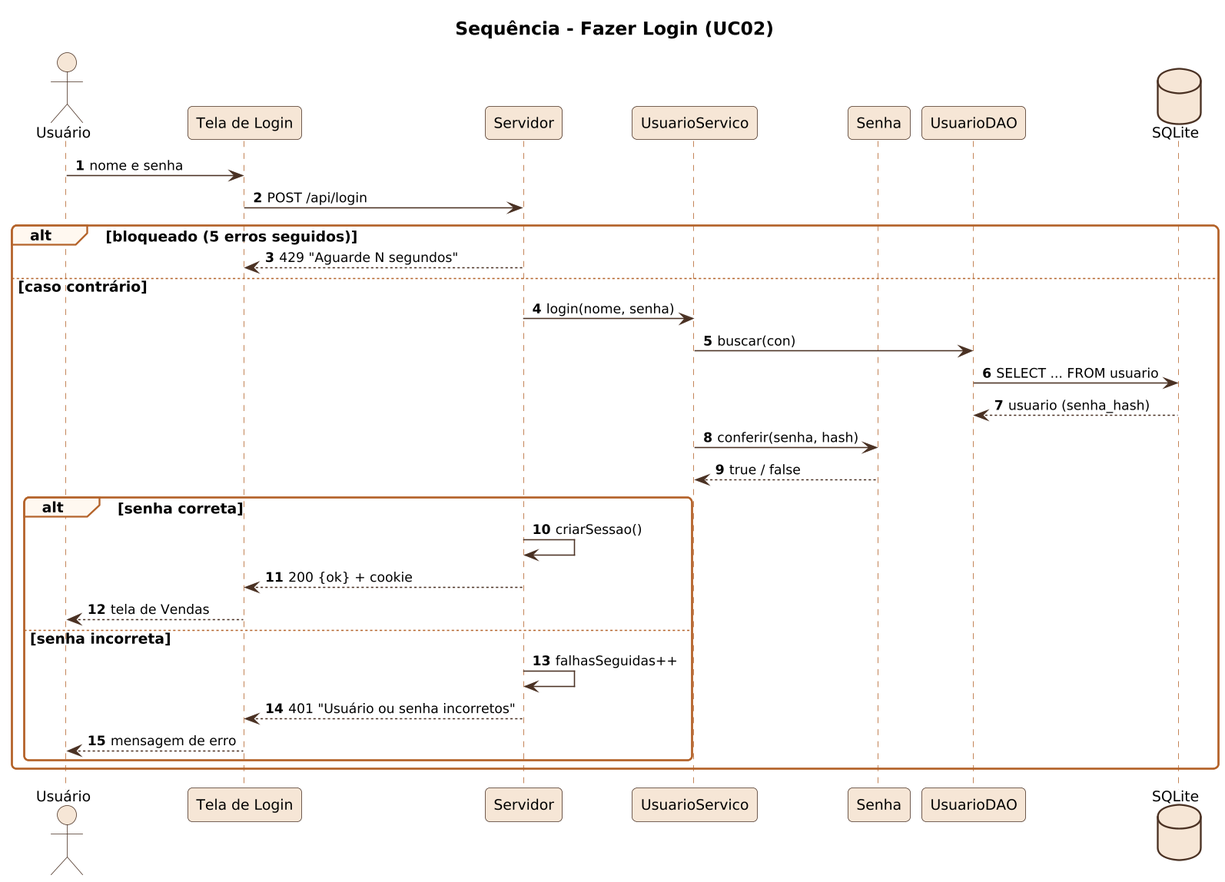
Earlier version of the PlantUML export docs/diagramas/png/S02_seq_login.png (Hallff/ConfeitaSys).
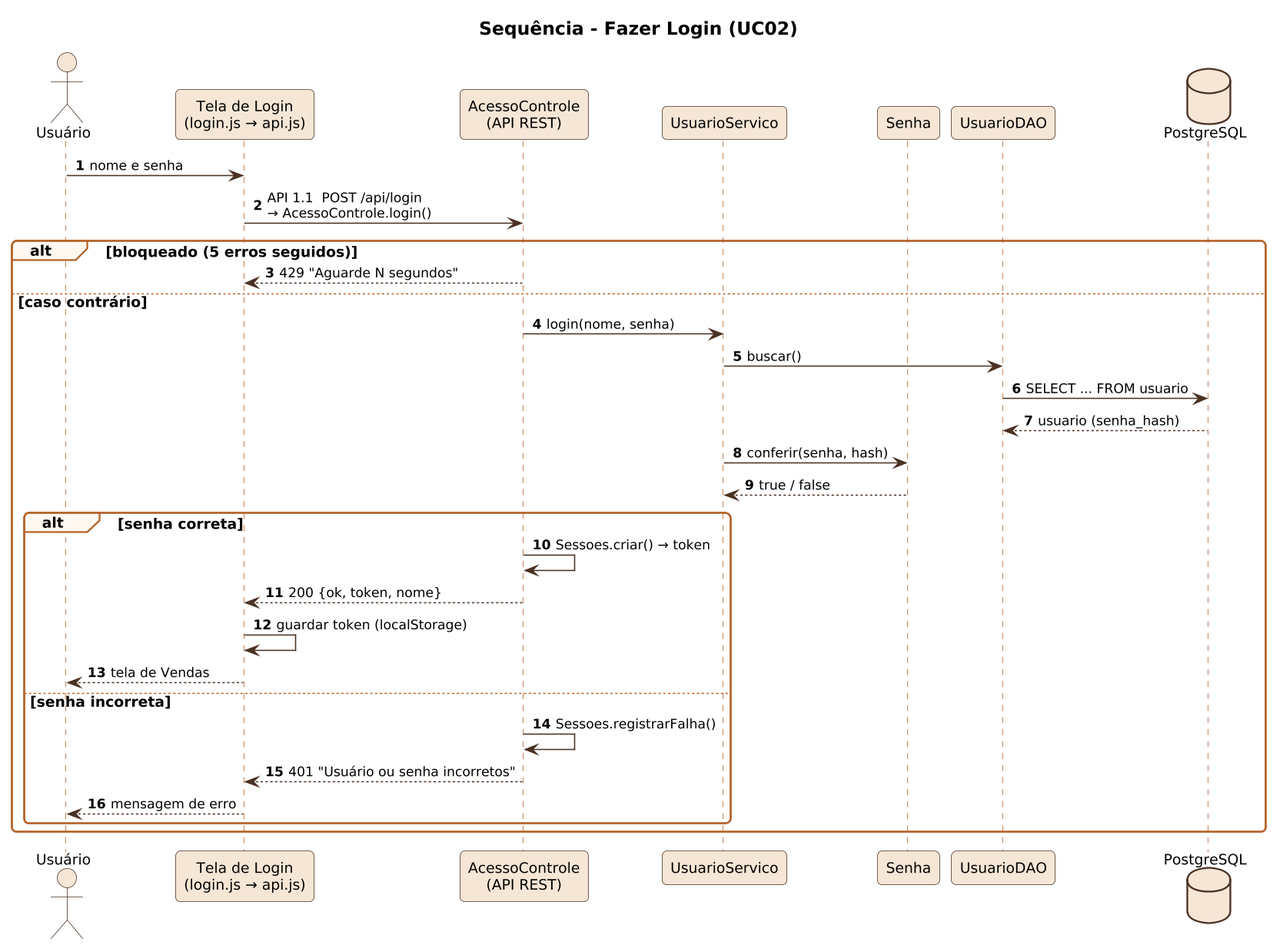
Later version of the same file.

Change to the diagram source:
```diff
@@ -2,29 +2,30 @@
 !include _seq.iuml
 title Sequência - Fazer Login (UC02)
 actor Usuário as U
-participant "Tela de Login" as T
-participant "Servidor" as S
+participant "Tela de Login\n(login.js → api.js)" as T
+participant "AcessoControle\n(API REST)" as S
 participant UsuarioServico as US
 participant Senha
 participant UsuarioDAO as D
-database SQLite as DB
+database "PostgreSQL" as DB
 U -> T : nome e senha
-T -> S : POST /api/login
+T -> S : API 1.1  POST /api/login\n→ AcessoControle.login()
 alt bloqueado (5 erros seguidos)
   S --> T : 429 "Aguarde N segundos"
 else caso contrário
   S -> US : login(nome, senha)
-  US -> D : buscar(con)
+  US -> D : buscar()
   D -> DB : SELECT ... FROM usuario
   DB --> D : usuario (senha_hash)
   US -> Senha : conferir(senha, hash)
   Senha --> US : true / false
   alt senha correta
-    S -> S : criarSessao()
-    S --> T : 200 {ok} + cookie
+    S -> S : Sessoes.criar() → token
+    S --> T : 200 {ok, token, nome}
+    T -> T : guardar token (localStorage)
     T --> U : tela de Vendas
   else senha incorreta
-    S -> S : falhasSeguidas++
+    S -> S : Sessoes.registrarFalha()
     S --> T : 401 "Usuário ou senha incorretos"
     T --> U : mensagem de erro
   end
```
